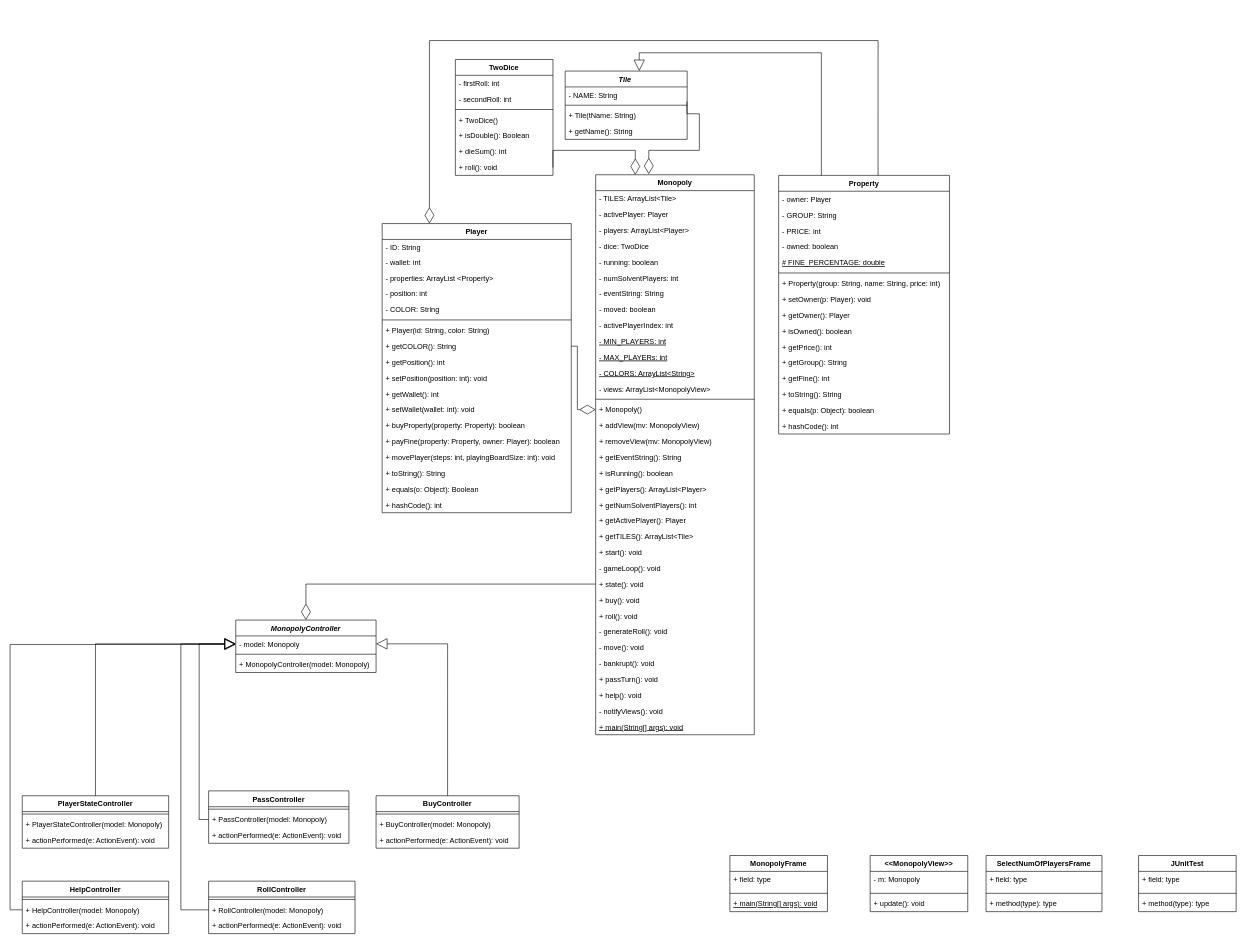
Earlier version of the draw.io diagram Monoply.drawio (MiniEinsteinD/MonopolyGame). Source tidied: cells renumbered, new cells numbered last; positions are measured from the earlier drawing's top-left corner, leaving out a move shared by most shapes. Both pictures are drawn from the tidied source at 61%, with x=0, y=0 at pixel (10, 40).
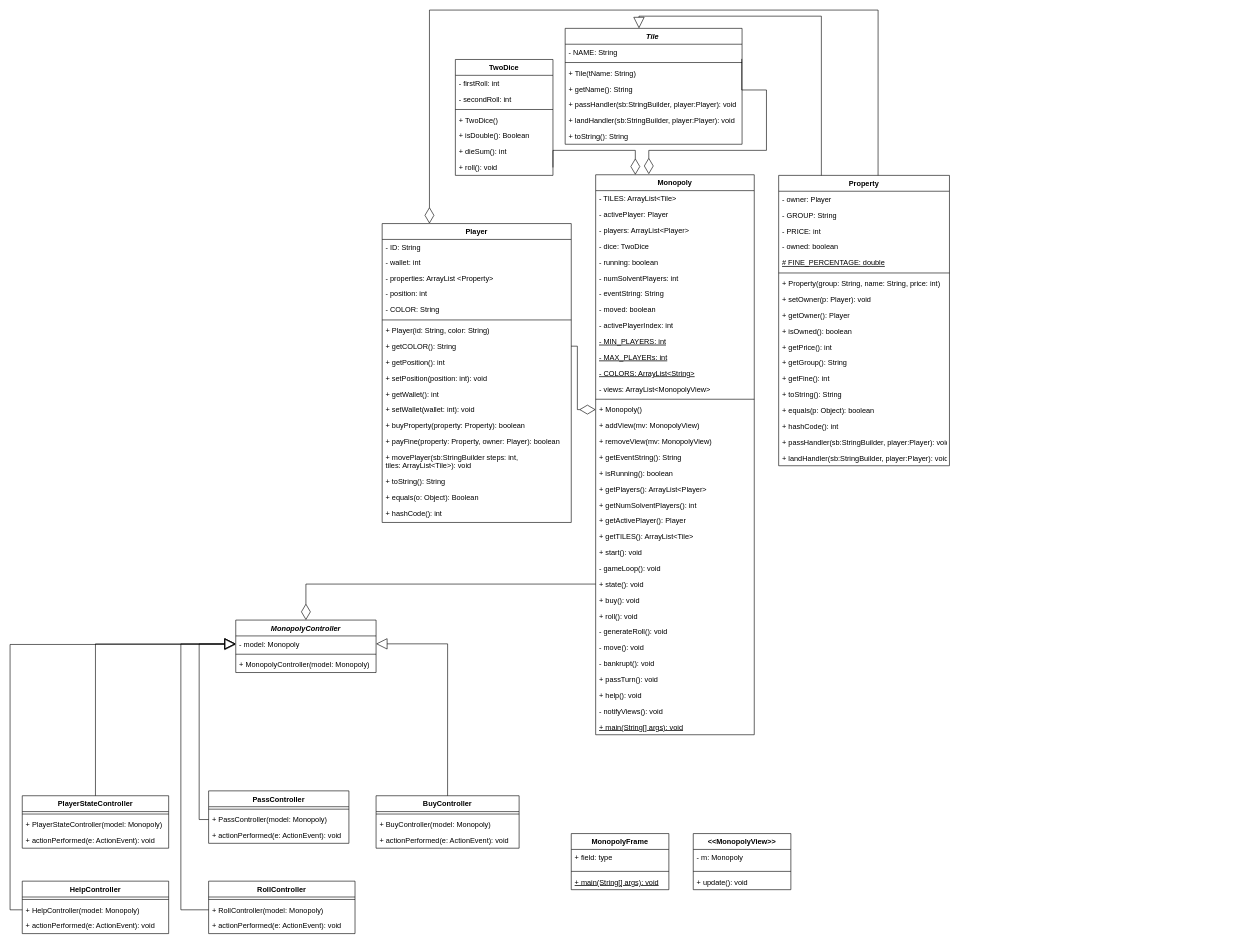
Above is the later version.

The change refers to these unchanged cells:
```xml
<mxCell id="43" value="Monopoly" style="swimlane;fontStyle=1;align=center;verticalAlign=top;horizontal=1;startSize=26;" parent="1" vertex="1">
  <mxGeometry x="960" y="220" width="260" height="918" as="geometry" />
</mxCell>
```

The edit, as a diff of the source:
```diff
@@
     <mxCell id="2" value="Property" style="swimlane;fontStyle=1;align=center;verticalAlign=top;horizontal=1;startSize=26;" parent="1" vertex="1">
-      <mxGeometry x="1260" y="221" width="280" height="424" as="geometry" />
+      <mxGeometry x="1260" y="221" width="280" height="476" as="geometry" />
     </mxCell>
@@
+    <mxCell id="138" value="+ passHandler(sb:StringBuilder, player:Player): void" style="text;strokeColor=none;fillColor=none;align=left;verticalAlign=top;spacingLeft=4;spacingRight=4;overflow=hidden;" parent="2" vertex="1">
+      <mxGeometry y="424" width="280" height="26" as="geometry" />
+    </mxCell>
+    <mxCell id="139" value="+ landHandler(sb:StringBuilder, player:Player): void" style="text;strokeColor=none;fillColor=none;align=left;verticalAlign=top;spacingLeft=4;spacingRight=4;overflow=hidden;" parent="2" vertex="1">
+      <mxGeometry y="450" width="280" height="26" as="geometry" />
+    </mxCell>
     <mxCell id="19" value="Player" style="swimlane;fontStyle=1;align=center;verticalAlign=top;horizontal=1;startSize=26;" parent="1" vertex="1">
-      <mxGeometry x="610" y="300" width="310" height="474" as="geometry" />
+      <mxGeometry x="610" y="300" width="310" height="490" as="geometry" />
     </mxCell>
@@
-    <mxCell id="34" value="+ movePlayer(steps: int, playingBoardSize: int): void" style="text;strokeColor=none;fillColor=none;align=left;verticalAlign=top;spacingLeft=4;spacingRight=4;overflow=hidden;" parent="19" vertex="1">
-      <mxGeometry y="370" width="310" height="26" as="geometry" />
+    <mxCell id="34" value="+ movePlayer(sb:StringBuilder steps: int, &#10;tiles: ArrayList&lt;Tile&gt;): void" style="text;strokeColor=none;fillColor=none;align=left;verticalAlign=top;spacingLeft=4;spacingRight=4;overflow=hidden;" parent="19" vertex="1">
+      <mxGeometry y="370" width="310" height="40" as="geometry" />
     </mxCell>
     <mxCell id="35" value="+ toString(): String" style="text;strokeColor=none;fillColor=none;align=left;verticalAlign=top;spacingLeft=4;spacingRight=4;overflow=hidden;" parent="19" vertex="1">
-      <mxGeometry y="396" width="310" height="26" as="geometry" />
+      <mxGeometry y="410" width="310" height="26" as="geometry" />
     </mxCell>
     <mxCell id="36" value="+ equals(o: Object): Boolean" style="text;strokeColor=none;fillColor=none;align=left;verticalAlign=top;spacingLeft=4;spacingRight=4;overflow=hidden;" parent="19" vertex="1">
-      <mxGeometry y="422" width="310" height="26" as="geometry" />
+      <mxGeometry y="436" width="310" height="26" as="geometry" />
     </mxCell>
     <mxCell id="37" value="+ hashCode(): int" style="text;strokeColor=none;fillColor=none;align=left;verticalAlign=top;spacingLeft=4;spacingRight=4;overflow=hidden;" parent="19" vertex="1">
-      <mxGeometry y="448" width="310" height="26" as="geometry" />
+      <mxGeometry y="462" width="310" height="28" as="geometry" />
     </mxCell>
     <mxCell id="38" value="Tile " style="swimlane;fontStyle=3;align=center;verticalAlign=top;horizontal=1;startSize=26;" parent="1" vertex="1">
-      <mxGeometry x="910" y="50" width="200" height="112" as="geometry" />
+      <mxGeometry x="910" y="-20" width="290" height="190" as="geometry" />
     </mxCell>
     <mxCell id="39" value="- NAME: String " style="text;strokeColor=none;fillColor=none;align=left;verticalAlign=top;spacingLeft=4;spacingRight=4;overflow=hidden;points=[[0,0.5],[1,0.5]];portConstraint=eastwest;" parent="38" vertex="1">
-      <mxGeometry y="26" width="200" height="26" as="geometry" />
+      <mxGeometry y="26" width="290" height="26" as="geometry" />
     </mxCell>
     <mxCell id="40" style="line;strokeWidth=1;fillColor=none;align=left;verticalAlign=middle;spacingTop=-1;spacingLeft=3;spacingRight=3;labelPosition=right;" parent="38" vertex="1">
-      <mxGeometry y="52" width="200" height="8" as="geometry" />
+      <mxGeometry y="52" width="290" height="8" as="geometry" />
     </mxCell>
     <mxCell id="41" value="+ Tile(tName: String)" style="text;strokeColor=none;fillColor=none;align=left;verticalAlign=top;spacingLeft=4;spacingRight=4;overflow=hidden;" parent="38" vertex="1">
-      <mxGeometry y="60" width="200" height="26" as="geometry" />
+      <mxGeometry y="60" width="290" height="26" as="geometry" />
     </mxCell>
     <mxCell id="42" value="+ getName(): String" style="text;strokeColor=none;fillColor=none;align=left;verticalAlign=top;spacingLeft=4;spacingRight=4;overflow=hidden;" parent="38" vertex="1">
-      <mxGeometry y="86" width="200" height="26" as="geometry" />
+      <mxGeometry y="86" width="290" height="26" as="geometry" />
     </mxCell>
+    <mxCell id="140" value="+ passHandler(sb:StringBuilder, player:Player): void" style="text;strokeColor=none;fillColor=none;align=left;verticalAlign=top;spacingLeft=4;spacingRight=4;overflow=hidden;" parent="38" vertex="1">
+      <mxGeometry y="112" width="290" height="26" as="geometry" />
+    </mxCell>
+    <mxCell id="141" value="+ landHandler(sb:StringBuilder, player:Player): void" style="text;strokeColor=none;fillColor=none;align=left;verticalAlign=top;spacingLeft=4;spacingRight=4;overflow=hidden;" parent="38" vertex="1">
+      <mxGeometry y="138" width="290" height="26" as="geometry" />
+    </mxCell>
+    <mxCell id="142" value="+ toString(): String " style="text;strokeColor=none;fillColor=none;align=left;verticalAlign=top;spacingLeft=4;spacingRight=4;overflow=hidden;" parent="38" vertex="1">
+      <mxGeometry y="164" width="290" height="26" as="geometry" />
+    </mxCell>
@@
-    <mxCell id="87" style="endArrow=block;endSize=16;endFill=0;html=1;rounded=0;edgeStyle=orthogonalEdgeStyle;entryX=0.607;entryY=0;entryDx=0;entryDy=0;entryPerimeter=0;exitX=0.25;exitY=0;exitDx=0;exitDy=0;" parent="1" edge="1" source="2" target="38">
+    <mxCell id="87" style="endArrow=block;endSize=16;endFill=0;html=1;rounded=0;edgeStyle=orthogonalEdgeStyle;exitX=0.25;exitY=0;exitDx=0;exitDy=0;" parent="1" edge="1" source="2">
       <mxGeometry relative="1" as="geometry">
+        <mxPoint x="1031" y="-20" as="targetPoint" />
         <Array as="points">
-          <mxPoint x="1330" y="20" />
-          <mxPoint x="1031" y="20" />
+          <mxPoint x="1330" y="-40" />
+          <mxPoint x="1031" y="-40" />
         </Array>
       </mxGeometry>
     </mxCell>
     <mxCell id="88" style="endArrow=diamondThin;endFill=0;endSize=24;html=1;rounded=0;edgeStyle=orthogonalEdgeStyle;entryX=0.335;entryY=-0.001;entryDx=0;entryDy=0;exitX=0.998;exitY=0.923;exitDx=0;exitDy=0;exitPerimeter=0;entryPerimeter=0;" parent="1" edge="1" source="39" target="43">
       <mxGeometry relative="1" as="geometry">
         <Array as="points">
-          <mxPoint x="1110" y="120" />
-          <mxPoint x="1130" y="120" />
-          <mxPoint x="1130" y="180" />
+          <mxPoint x="1240" y="81" />
+          <mxPoint x="1240" y="180" />
           <mxPoint x="1047" y="180" />
         </Array>
       </mxGeometry>
     </mxCell>
@@
     <mxCell id="91" style="endArrow=diamondThin;endFill=0;endSize=24;html=1;rounded=0;edgeStyle=orthogonalEdgeStyle;exitX=0.582;exitY=0;exitDx=0;exitDy=0;exitPerimeter=0;entryX=0.25;entryY=0;entryDx=0;entryDy=0;" parent="1" edge="1" source="2" target="19">
       <mxGeometry relative="1" as="geometry">
         <Array as="points">
-          <mxPoint x="1423" />
-          <mxPoint x="688" />
+          <mxPoint x="1423" y="-50" />
+          <mxPoint x="688" y="-50" />
         </Array>
       </mxGeometry>
     </mxCell>
@@
     <mxCell id="96" value="&lt;&lt;MonopolyView&gt;&gt;" style="swimlane;fontStyle=1;align=center;verticalAlign=top;horizontal=1;startSize=26;" parent="1" vertex="1">
-      <mxGeometry x="1410" y="1336" width="160" height="92" as="geometry" />
+      <mxGeometry x="1120" y="1300" width="160" height="92" as="geometry" />
     </mxCell>
@@
     <mxCell id="120" value="MonopolyFrame" style="swimlane;fontStyle=1;align=center;verticalAlign=top;horizontal=1;startSize=26;" parent="1" vertex="1">
-      <mxGeometry x="1180" y="1336" width="160" height="92" as="geometry" />
+      <mxGeometry x="920" y="1300" width="160" height="92" as="geometry" />
     </mxCell>
@@
-    <mxCell id="124" value="JUnitTest" style="swimlane;fontStyle=1;align=center;verticalAlign=top;horizontal=1;startSize=26;" parent="1" vertex="1">
-      <mxGeometry x="1850" y="1336" width="160" height="92" as="geometry" />
-    </mxCell>
-    <mxCell id="125" value="+ field: type" style="text;strokeColor=none;fillColor=none;align=left;verticalAlign=top;spacingLeft=4;spacingRight=4;overflow=hidden;" parent="124" vertex="1">
-      <mxGeometry y="26" width="160" height="32" as="geometry" />
-    </mxCell>
-    <mxCell id="126" style="line;strokeWidth=1;fillColor=none;align=left;verticalAlign=middle;spacingTop=-1;spacingLeft=3;spacingRight=3;labelPosition=right;" parent="124" vertex="1">
-      <mxGeometry y="58" width="160" height="8" as="geometry" />
-    </mxCell>
-    <mxCell id="127" value="+ method(type): type" style="text;strokeColor=none;fillColor=none;align=left;verticalAlign=top;spacingLeft=4;spacingRight=4;overflow=hidden;" parent="124" vertex="1">
-      <mxGeometry y="66" width="160" height="26" as="geometry" />
-    </mxCell>
-    <mxCell id="128" value="SelectNumOfPlayersFrame" style="swimlane;fontStyle=1;align=center;verticalAlign=top;horizontal=1;startSize=26;" parent="1" vertex="1">
-      <mxGeometry x="1600" y="1336" width="190" height="92" as="geometry" />
-    </mxCell>
-    <mxCell id="129" value="+ field: type" style="text;strokeColor=none;fillColor=none;align=left;verticalAlign=top;spacingLeft=4;spacingRight=4;overflow=hidden;" parent="128" vertex="1">
-      <mxGeometry y="26" width="190" height="32" as="geometry" />
-    </mxCell>
-    <mxCell id="130" style="line;strokeWidth=1;fillColor=none;align=left;verticalAlign=middle;spacingTop=-1;spacingLeft=3;spacingRight=3;labelPosition=right;" parent="128" vertex="1">
-      <mxGeometry y="58" width="190" height="8" as="geometry" />
-    </mxCell>
-    <mxCell id="131" value="+ method(type): type" style="text;strokeColor=none;fillColor=none;align=left;verticalAlign=top;spacingLeft=4;spacingRight=4;overflow=hidden;" parent="128" vertex="1">
-      <mxGeometry y="66" width="190" height="26" as="geometry" />
-    </mxCell>
```
